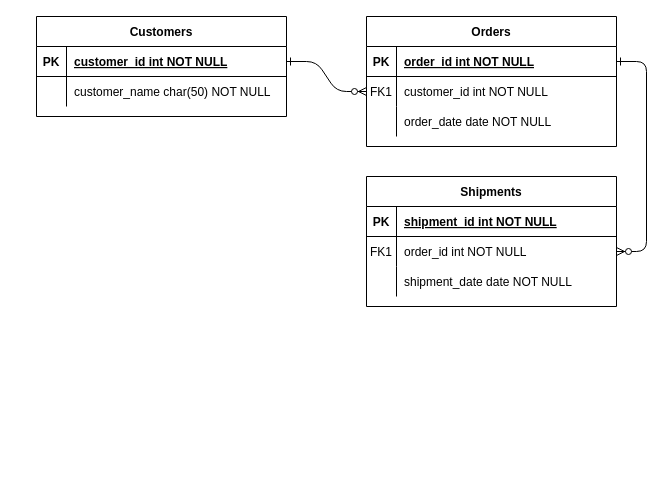
The draw.io diagram Untitled Diagram.drawio in 5468sun/T-TunSun, before the edit. Source tidied: cells renumbered, new cells numbered last; positions are measured from the earlier drawing's top-left corner, leaving out a move shared by most shapes. Both pictures are drawn from the tidied source at 100%, with x=0, y=0 at pixel (36, 16).
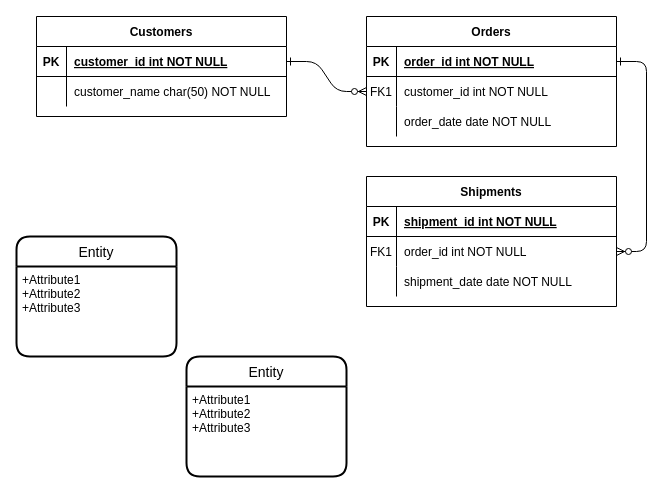
Above is the later version.

Diff of the diagram source:
```diff
@@
+    <mxCell id="31" value="Entity" style="swimlane;horizontal=1;startSize=30;rounded=1;fontSize=14;fontStyle=0;strokeWidth=2;shadow=0;dashed=0;align=center;" parent="1" vertex="1">
+      <mxGeometry x="-20" y="220" width="160" height="120" as="geometry" />
+    </mxCell>
+    <mxCell id="32" value="+Attribute1&#10;+Attribute2&#10;+Attribute3" style="align=left;strokeColor=none;fillColor=none;spacingLeft=4;fontSize=12;verticalAlign=top;" parent="31" vertex="1">
+      <mxGeometry y="30" width="160" height="90" as="geometry" />
+    </mxCell>
+    <mxCell id="33" value="Entity" style="swimlane;horizontal=1;startSize=30;rounded=1;fontSize=14;fontStyle=0;strokeWidth=2;shadow=0;dashed=0;align=center;" parent="1" vertex="1">
+      <mxGeometry x="150" y="340" width="160" height="120" as="geometry" />
+    </mxCell>
+    <mxCell id="34" value="+Attribute1&#10;+Attribute2&#10;+Attribute3" style="align=left;strokeColor=none;fillColor=none;spacingLeft=4;fontSize=12;verticalAlign=top;" parent="33" vertex="1">
+      <mxGeometry y="30" width="160" height="90" as="geometry" />
+    </mxCell>
```
